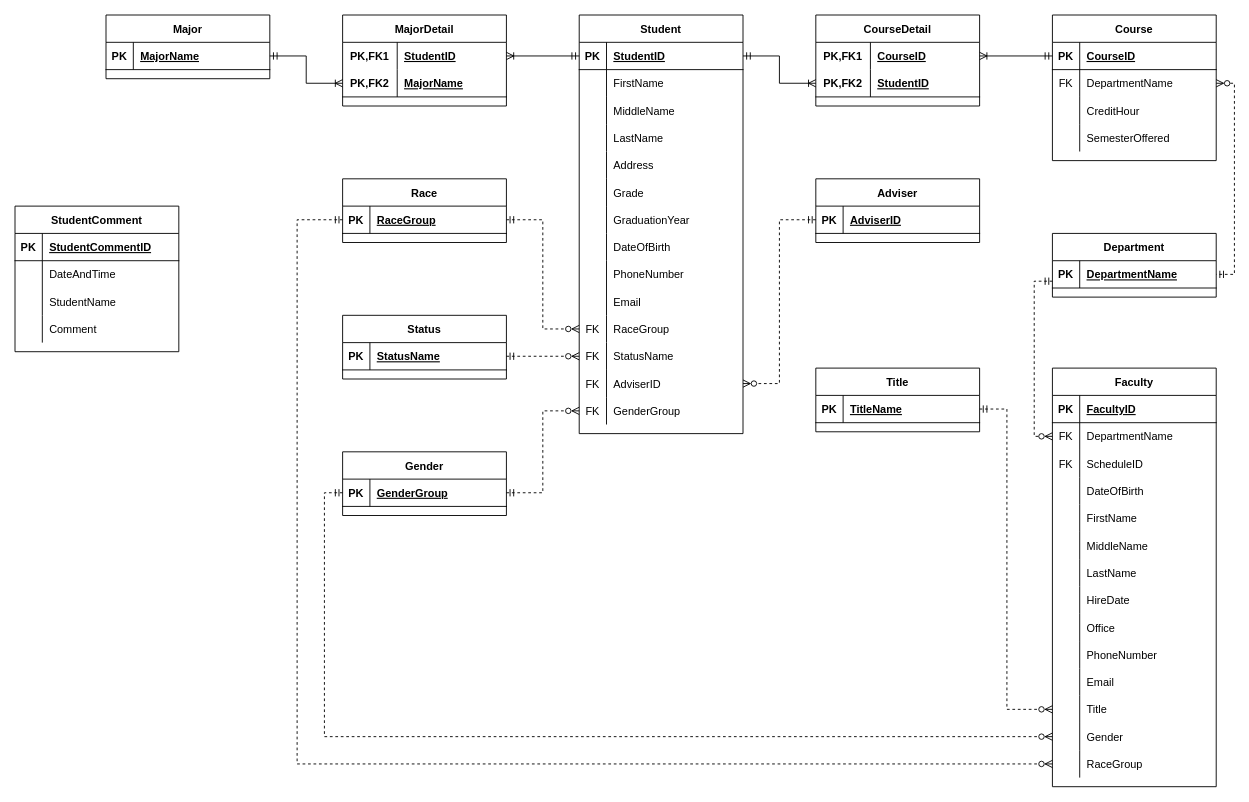
Above: National Education Associates ERD.drawio in JerryJi002/Diagrams (draw.io), before the change. Source tidied: cells renumbered, new cells numbered last; positions are measured from the earlier drawing's top-left corner, leaving out a move shared by most shapes. Both pictures are drawn from the tidied source at 91%, with x=0, y=0 at pixel (15, 15).
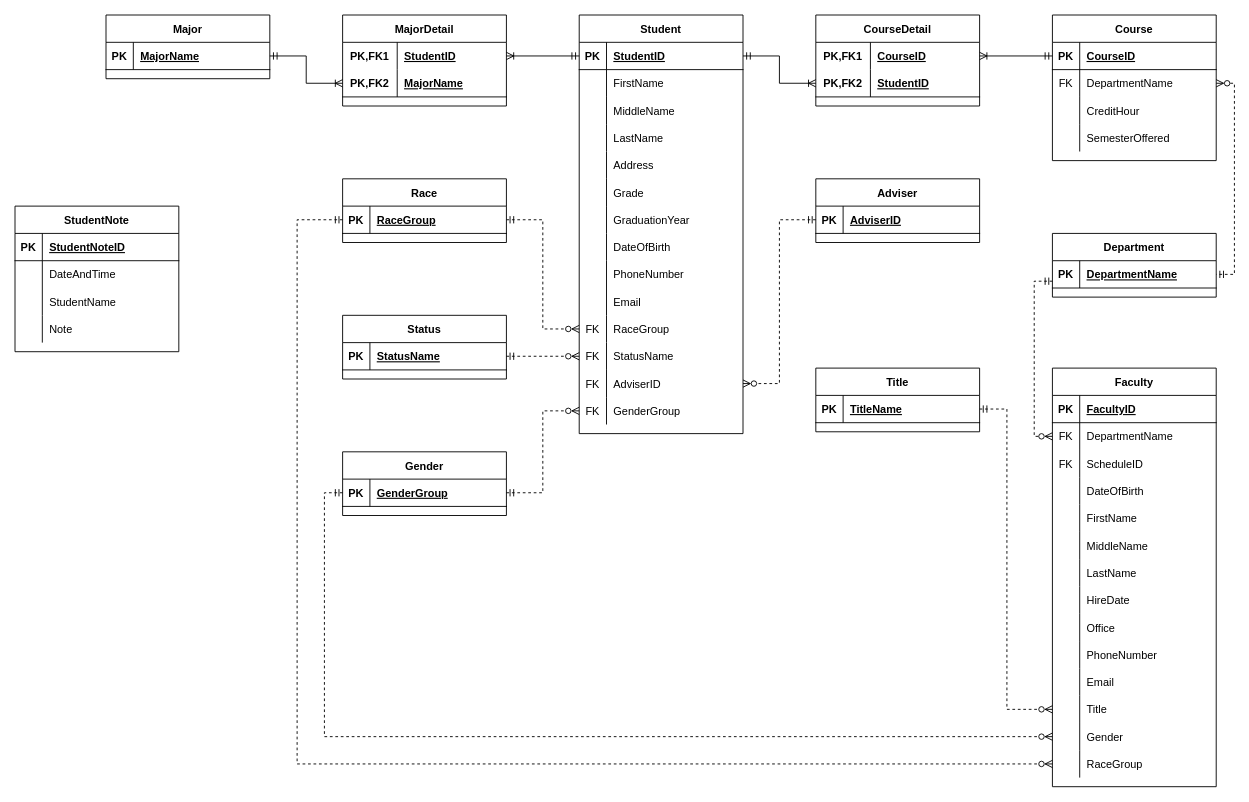
After the change.

Unchanged cells that the change refers to:
```xml
<mxCell id="157" style="shape=tableRow;horizontal=0;startSize=0;swimlaneHead=0;swimlaneBody=0;fillColor=none;top=0;left=0;right=0;bottom=1;" parent="156" vertex="1">
  <mxGeometry y="30" width="180" height="30" as="geometry" />
</mxCell>
<mxCell id="166" style="shape=tableRow;horizontal=0;startSize=0;swimlaneHead=0;swimlaneBody=0;fillColor=none;top=0;left=0;right=0;bottom=0;" parent="156" vertex="1">
  <mxGeometry y="120" width="180" height="30" as="geometry" />
</mxCell>
```

What changed in the source:
```diff
@@
-    <mxCell id="156" value="StudentComment" style="shape=table;startSize=30;childLayout=tableLayout;rowLines=0;fontStyle=1;align=center;" parent="1" vertex="1">
+    <mxCell id="156" value="StudentNote" style="shape=table;startSize=30;childLayout=tableLayout;rowLines=0;fontStyle=1;align=center;" parent="1" vertex="1">
       <mxGeometry y="210" width="180" height="160" as="geometry" />
     </mxCell>
@@
-    <mxCell id="159" value="StudentCommentID" style="shape=partialRectangle;fillColor=none;top=0;left=0;bottom=0;right=0;align=left;spacingLeft=6;fontStyle=5;overflow=hidden;" parent="157" vertex="1">
+    <mxCell id="159" value="StudentNoteID" style="shape=partialRectangle;fillColor=none;top=0;left=0;bottom=0;right=0;align=left;spacingLeft=6;fontStyle=5;overflow=hidden;" parent="157" vertex="1">
       <mxGeometry x="30" width="150" height="30" as="geometry" />
     </mxCell>
@@
-    <mxCell id="168" value="Comment" style="shape=partialRectangle;fillColor=none;top=0;left=0;bottom=0;right=0;align=left;spacingLeft=6;overflow=hidden;" parent="166" vertex="1">
+    <mxCell id="168" value="Note" style="shape=partialRectangle;fillColor=none;top=0;left=0;bottom=0;right=0;align=left;spacingLeft=6;overflow=hidden;" parent="166" vertex="1">
       <mxGeometry x="30" width="150" height="30" as="geometry" />
     </mxCell>
```
